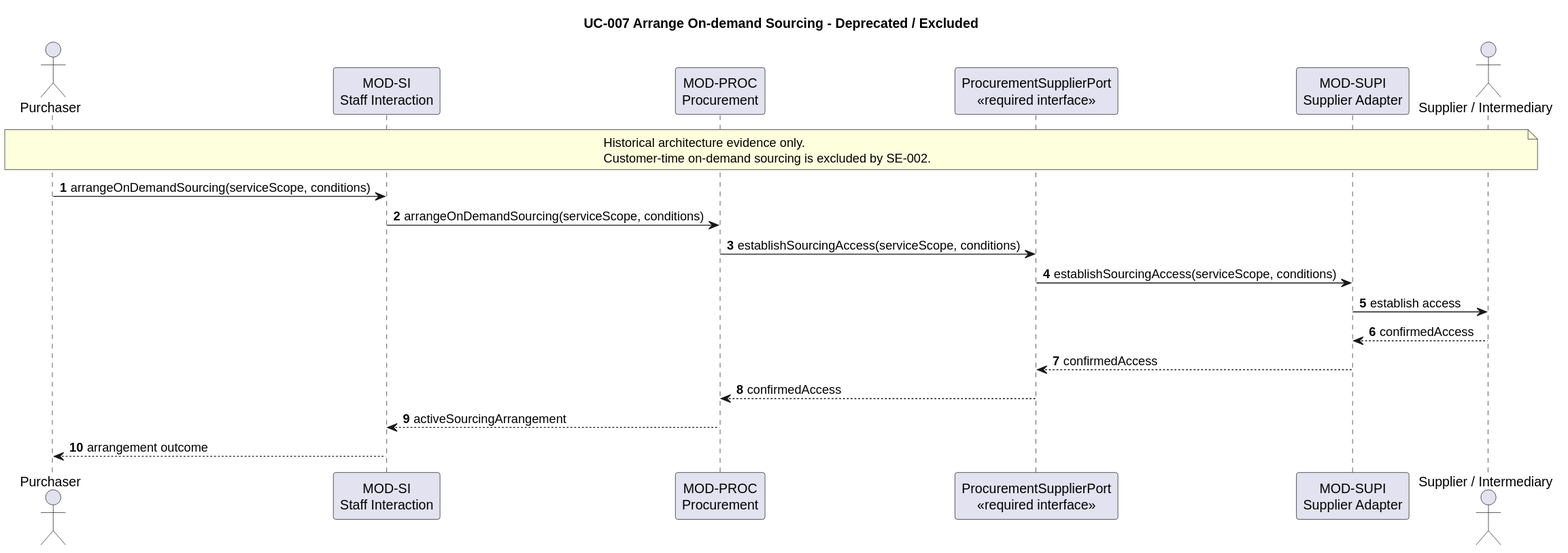
Above: docs/architecture/software-architecture/uc-007-arrange-on-demand-sourcing.svg in hochschule-darmstadt/a3se_app (PlantUML), before the change.
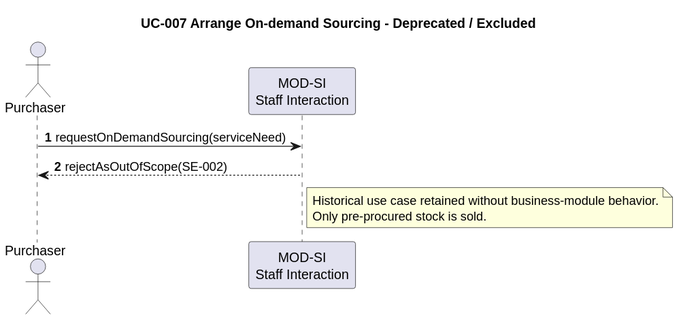
Above is the later version.

Diff of the diagram source:
```diff
@@ -1,25 +1,13 @@
 @startuml
 title UC-007 Arrange On-demand Sourcing - Deprecated / Excluded
-note across
-  Historical architecture evidence only.
-  Customer-time on-demand sourcing is excluded by SE-002.
-end note
 autonumber
 actor Purchaser
 participant "MOD-SI\nStaff Interaction" as SI
-participant "MOD-PROC\nProcurement" as PROC
-participant "ProcurementSupplierPort\n<<required interface>>" as PORT
-participant "MOD-SUPI\nSupplier Adapter" as SUPI
-actor "Supplier / Intermediary" as Supplier
 
-Purchaser -> SI: arrangeOnDemandSourcing(serviceScope, conditions)
-SI -> PROC: arrangeOnDemandSourcing(serviceScope, conditions)
-PROC -> PORT: establishSourcingAccess(serviceScope, conditions)
-PORT -> SUPI: establishSourcingAccess(serviceScope, conditions)
-SUPI -> Supplier: establish access
-Supplier --> SUPI: confirmedAccess
-SUPI --> PORT: confirmedAccess
-PORT --> PROC: confirmedAccess
-PROC --> SI: activeSourcingArrangement
-SI --> Purchaser: arrangement outcome
+Purchaser -> SI: requestOnDemandSourcing(serviceNeed)
+SI --> Purchaser: rejectAsOutOfScope(SE-002)
+note right of SI
+  Historical use case retained without business-module behavior.
+  Only pre-procured stock is sold.
+end note
 @enduml
```
